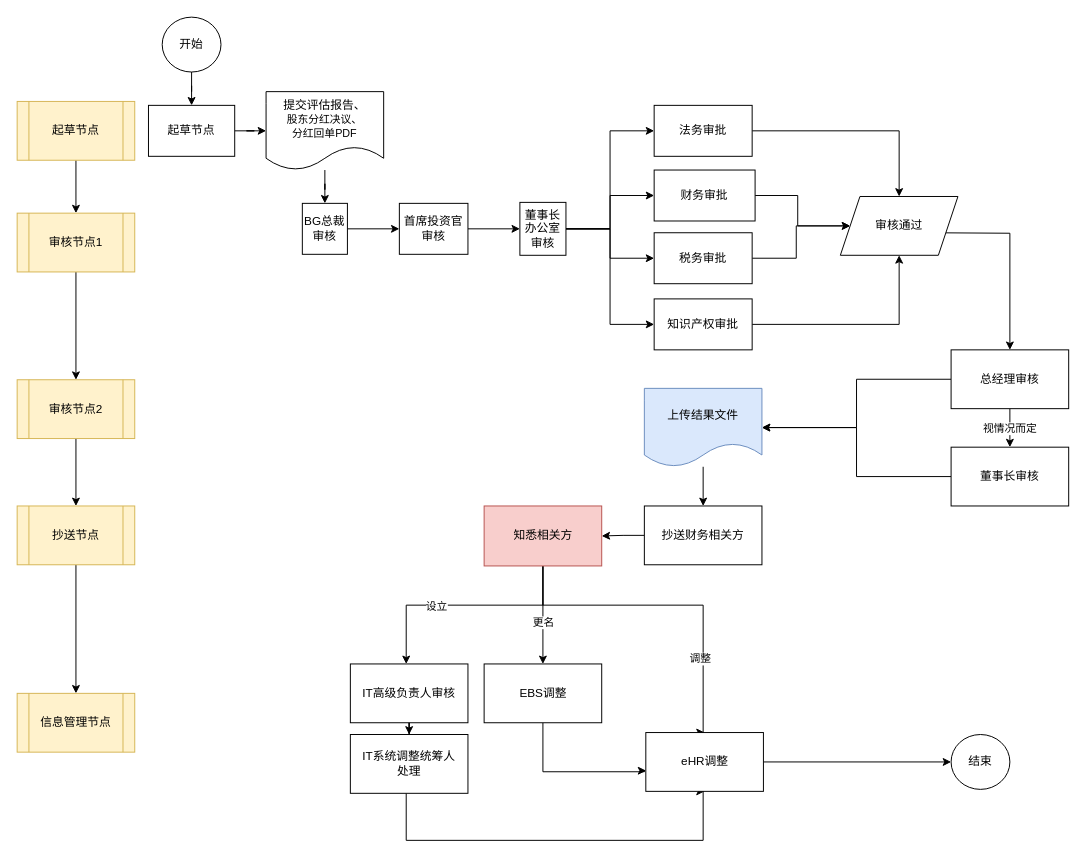
Above: 子公司信息.drawio in Rosecanoe/Intern-Summer-Guangzhou (draw.io), before the change. Source tidied: cells renumbered, new cells numbered last; positions are measured from the earlier drawing's top-left corner, leaving out a move shared by most shapes. Both pictures are drawn from the tidied source at 98%, with x=0, y=0 at pixel (17, 17).
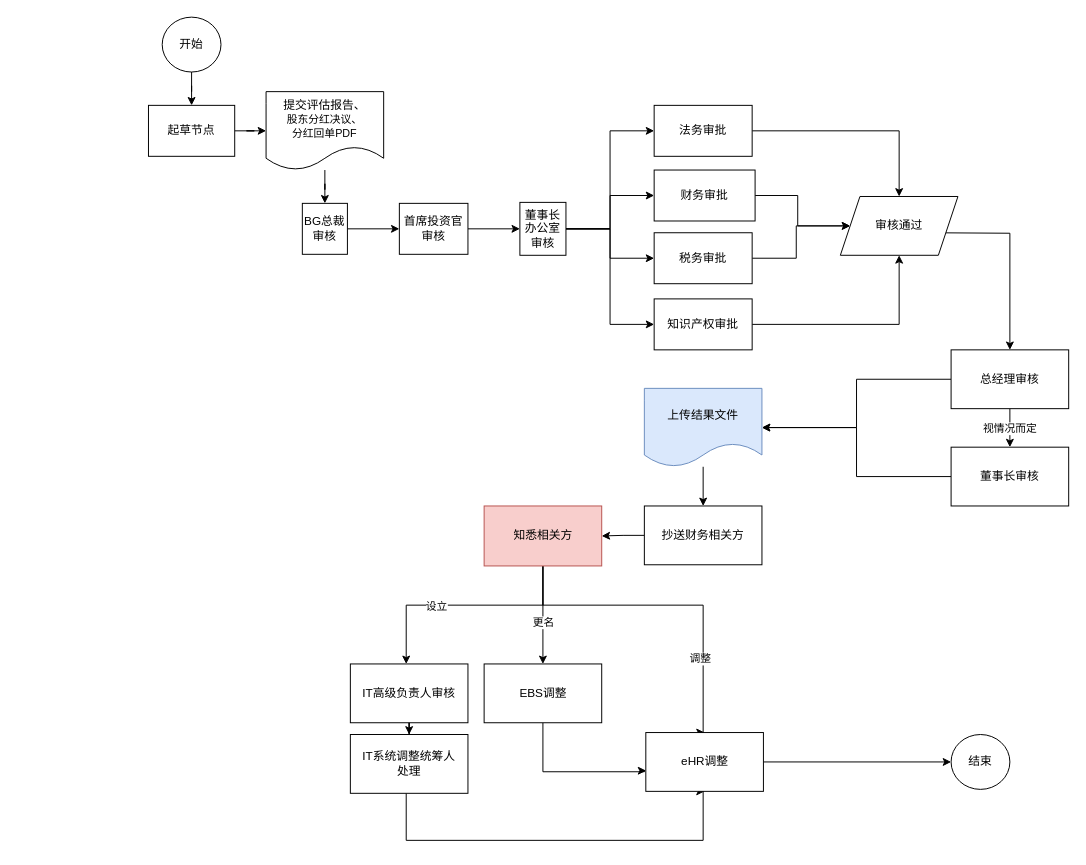
The same diagram, later.

Commit message:
更新子公司信息（删除双框）.drawio

Diff of the diagram source:
```diff
@@
-    <mxCell id="28" style="edgeStyle=orthogonalEdgeStyle;rounded=0;jettySize=auto;html=1;" parent="1" edge="1" source="29" target="31">
-      <mxGeometry relative="1" as="geometry" />
-    </mxCell>
-    <mxCell id="29" value="起草节点" style="shape=process;whiteSpace=wrap;html=1;backgroundOutline=1;fillColor=#fff2cc;strokeColor=#d6b656;" parent="1" vertex="1">
-      <mxGeometry y="86" width="120" height="60" as="geometry" />
-    </mxCell>
-    <mxCell id="30" style="edgeStyle=orthogonalEdgeStyle;rounded=0;jettySize=auto;html=1;" parent="1" edge="1" source="31" target="37">
-      <mxGeometry relative="1" as="geometry" />
-    </mxCell>
-    <mxCell id="31" value="审核节点1" style="shape=process;whiteSpace=wrap;html=1;backgroundOutline=1;fillColor=#fff2cc;strokeColor=#d6b656;" parent="1" vertex="1">
-      <mxGeometry y="200" width="120" height="60" as="geometry" />
-    </mxCell>
-    <mxCell id="32" style="edgeStyle=orthogonalEdgeStyle;rounded=0;jettySize=auto;html=1;" parent="1" edge="1" source="33" target="51">
-      <mxGeometry relative="1" as="geometry" />
-    </mxCell>
-    <mxCell id="33" value="抄送节点" style="shape=process;whiteSpace=wrap;html=1;backgroundOutline=1;fillColor=#fff2cc;strokeColor=#d6b656;" parent="1" vertex="1">
-      <mxGeometry y="498.8" width="120" height="60" as="geometry" />
-    </mxCell>
@@
-    <mxCell id="36" style="edgeStyle=orthogonalEdgeStyle;rounded=0;jettySize=auto;html=1;" parent="1" edge="1" source="37" target="33">
-      <mxGeometry relative="1" as="geometry" />
-    </mxCell>
-    <mxCell id="37" value="审核节点2" style="shape=process;whiteSpace=wrap;html=1;backgroundOutline=1;fillColor=#fff2cc;strokeColor=#d6b656;" parent="1" vertex="1">
-      <mxGeometry y="370" width="120" height="60" as="geometry" />
-    </mxCell>
@@
-    <mxCell id="51" value="信息管理节点" style="shape=process;whiteSpace=wrap;html=1;backgroundOutline=1;fillColor=#fff2cc;strokeColor=#d6b656;" parent="1" vertex="1">
-      <mxGeometry y="690" width="120" height="60" as="geometry" />
-    </mxCell>
```
